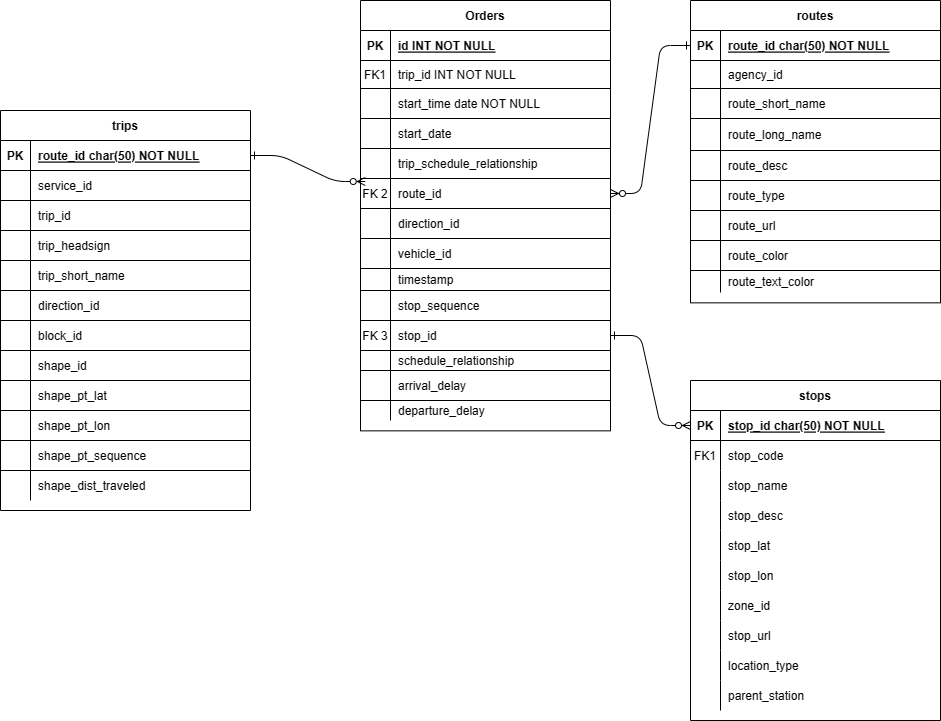
The draw.io diagram dbSchema.png in abhibongale/dublinbus-pipeline, before a commit. Source tidied: cells renumbered, new cells last; positions are measured from the earlier drawing's top-left corner, leaving out a move shared by most shapes.
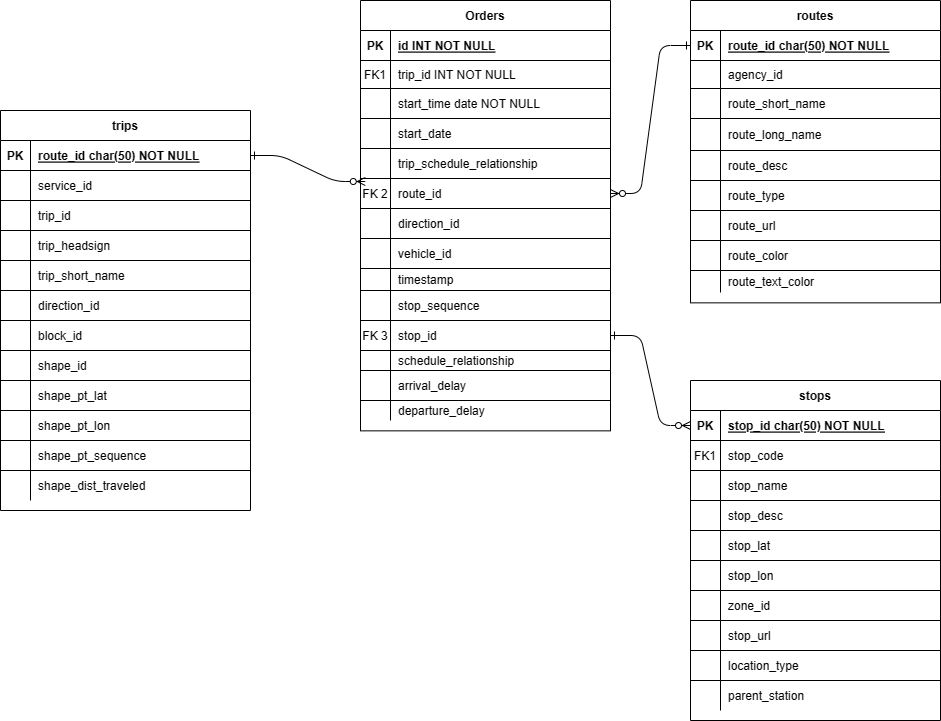
After the commit.

Commit message:
[dbp-05] Design Database Schema

Change to the diagram source:
```diff
@@ -138,7 +138,7 @@
     <mxCell id="45" value="departure_delay" style="shape=partialRectangle;overflow=hidden;fillColor=none;top=0;left=0;bottom=0;right=0;align=left;spacingLeft=6;" parent="43" vertex="1">
       <mxGeometry x="30" width="220" height="20" as="geometry" />
     </mxCell>
-    <mxCell id="46" value="stops" style="shape=table;startSize=30;rowLines=0;fontStyle=1;align=center;" parent="1" vertex="1">
+    <mxCell id="46" value="stops" style="shape=table;startSize=30;rowLines=1;fontStyle=1;align=center;labelBorderColor=none;labelBackgroundColor=none;gradientColor=none;swimlaneFillColor=none;" parent="1" vertex="1">
       <mxGeometry x="690" y="380" width="250" height="340" as="geometry" />
     </mxCell>
     <mxCell id="47" style="shape=partialRectangle;fillColor=none;points=[[0,0.5],[1,0.5]];portConstraint=eastwest;top=0;left=0;right=0;bottom=1;" parent="46" vertex="1">
```
